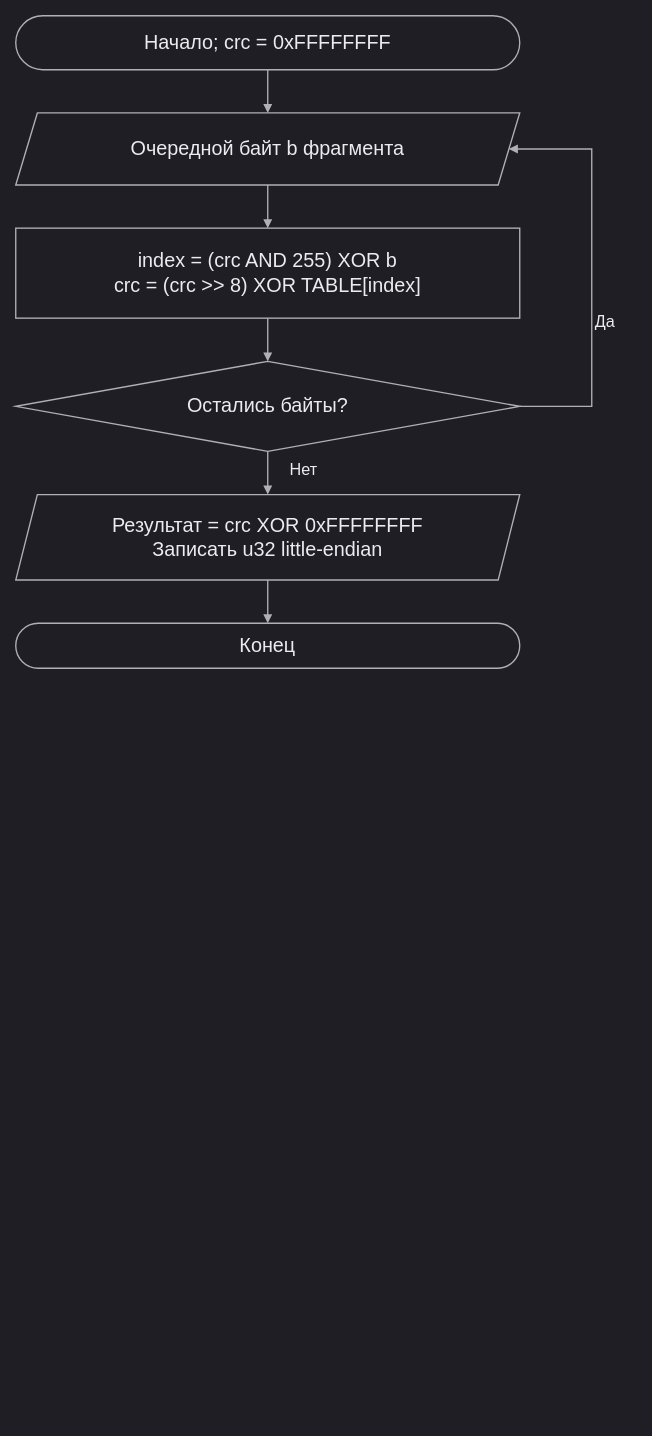
The draw.io diagram page "crc32-flow" (2 of 43) of docs/diagrams.drawio in SM1LEK/TEST, before the edit. Source tidied: cells renumbered, new cells numbered last; positions are measured from the earlier drawing's top-left corner, leaving out a move shared by most shapes. Both pictures are drawn from the tidied source at 90%, with x=0, y=0 at pixel (15, 15).
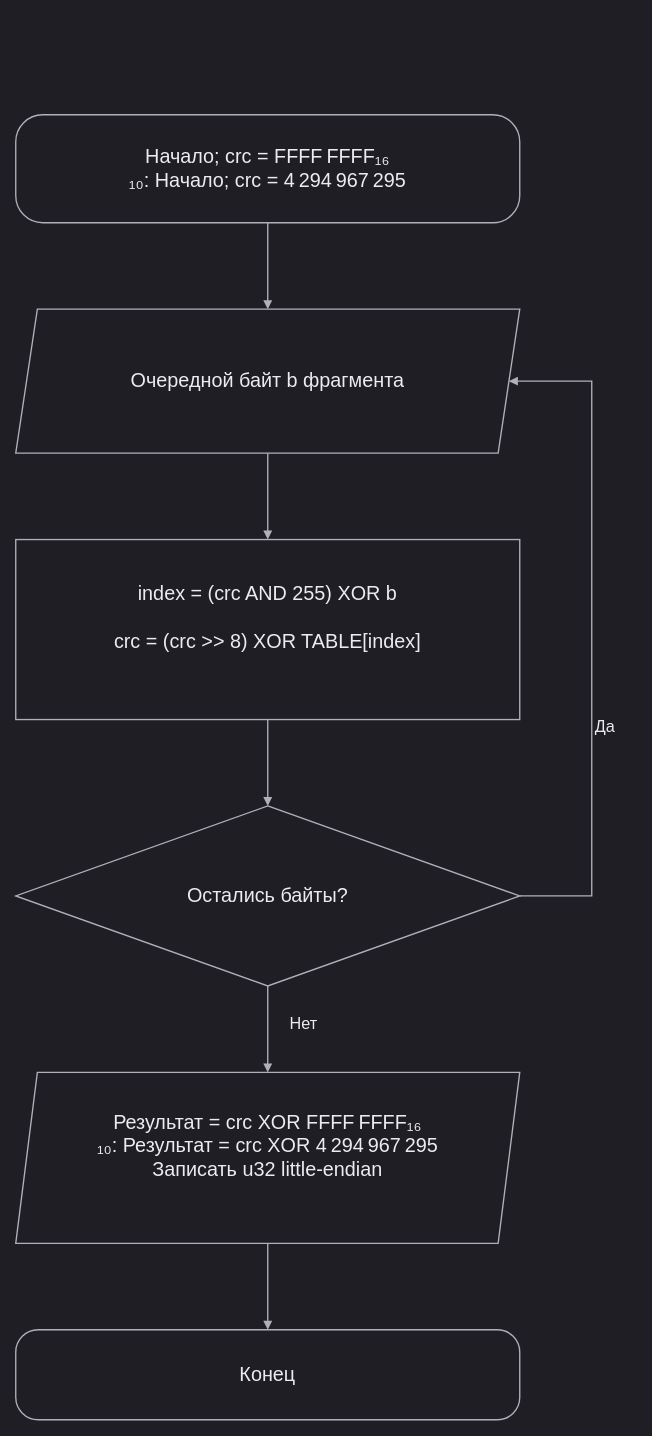
The same page after the edit.

The edit, as a diff of the source:
```diff
@@
 <mxGraphModel background="#1f1e24">
   <root>
     <mxCell id="0" />
     <mxCell id="1" parent="0" />
-    <mxCell id="2" value="Начало; crc = 0xFFFFFFFF" style="whiteSpace=wrap;html=0;fontFamily=Arial;fontSize=22;fontColor=#ececef;strokeColor=#b3afb9;fillColor=#1f1e24;strokeWidth=1.5;align=center;verticalAlign=middle;spacing=10;labelBackgroundColor=none;rounded=1;absoluteArcSize=1;arcSize=60;" parent="1" vertex="1">
-      <mxGeometry width="560" height="60" as="geometry" />
+    <mxCell id="2" value="Начало; crc = FFFF FFFF₁₆&#10;₁₀: Начало; crc = 4 294 967 295" style="whiteSpace=wrap;html=0;fontFamily=Arial;fontSize=22;fontColor=#ececef;strokeColor=#b3afb9;fillColor=#1f1e24;strokeWidth=1.5;align=center;verticalAlign=middle;spacing=10;labelBackgroundColor=none;rounded=1;absoluteArcSize=1;arcSize=60;" parent="1" vertex="1">
+      <mxGeometry y="110" width="560" height="120" as="geometry" />
     </mxCell>
     <mxCell id="3" value="Очередной байт b фрагмента" style="whiteSpace=wrap;html=0;fontFamily=Arial;fontSize=22;fontColor=#ececef;strokeColor=#b3afb9;fillColor=#1f1e24;strokeWidth=1.5;align=center;verticalAlign=middle;spacing=10;labelBackgroundColor=none;shape=parallelogram;perimeter=parallelogramPerimeter;fixedSize=1;size=24;" parent="1" vertex="1">
-      <mxGeometry y="108" width="560" height="80" as="geometry" />
+      <mxGeometry y="326" width="560" height="160" as="geometry" />
     </mxCell>
     <mxCell id="4" style="edgeStyle=none;rounded=0;html=0;strokeColor=#b3afb9;strokeWidth=1.5;endArrow=block;endFill=1;exitX=0.5;exitY=1;entryX=0.5;entryY=0;exitPerimeter=1;entryPerimeter=1;dashed=0;" parent="1" edge="1" source="2" target="3">
       <mxGeometry relative="1" as="geometry" />
     </mxCell>
-    <mxCell id="5" value="index = (crc AND 255) XOR b&#10;crc = (crc &gt;&gt; 8) XOR TABLE[index]" style="whiteSpace=wrap;html=0;fontFamily=Arial;fontSize=22;fontColor=#ececef;strokeColor=#b3afb9;fillColor=#1f1e24;strokeWidth=1.5;align=center;verticalAlign=middle;spacing=10;labelBackgroundColor=none;rounded=0;" parent="1" vertex="1">
-      <mxGeometry y="236" width="560" height="100" as="geometry" />
+    <mxCell id="5" value="index = (crc AND 255) XOR b&#10;&#10;crc = (crc &gt;&gt; 8) XOR TABLE[index]&#10;" style="whiteSpace=wrap;html=0;fontFamily=Arial;fontSize=22;fontColor=#ececef;strokeColor=#b3afb9;fillColor=#1f1e24;strokeWidth=1.5;align=center;verticalAlign=middle;spacing=10;labelBackgroundColor=none;rounded=0;" parent="1" vertex="1">
+      <mxGeometry y="582" width="560" height="200" as="geometry" />
     </mxCell>
     <mxCell id="6" style="edgeStyle=none;rounded=0;html=0;strokeColor=#b3afb9;strokeWidth=1.5;endArrow=block;endFill=1;exitX=0.5;exitY=1;entryX=0.5;entryY=0;exitPerimeter=1;entryPerimeter=1;dashed=0;" parent="1" edge="1" source="3" target="5">
       <mxGeometry relative="1" as="geometry" />
     </mxCell>
     <mxCell id="7" value="Остались байты?" style="whiteSpace=wrap;html=0;fontFamily=Arial;fontSize=22;fontColor=#ececef;strokeColor=#b3afb9;fillColor=#1f1e24;strokeWidth=1.5;align=center;verticalAlign=middle;spacing=10;labelBackgroundColor=none;shape=rhombus;perimeter=rhombusPerimeter;" parent="1" vertex="1">
-      <mxGeometry y="384" width="560" height="100" as="geometry" />
+      <mxGeometry y="878" width="560" height="200" as="geometry" />
     </mxCell>
     <mxCell id="8" style="edgeStyle=none;rounded=0;html=0;strokeColor=#b3afb9;strokeWidth=1.5;endArrow=block;endFill=1;exitX=0.5;exitY=1;entryX=0.5;entryY=0;exitPerimeter=1;entryPerimeter=1;dashed=0;" parent="1" edge="1" source="5" target="7">
       <mxGeometry relative="1" as="geometry" />
     </mxCell>
-    <mxCell id="9" value="Результат = crc XOR 0xFFFFFFFF&#10;Записать u32 little-endian" style="whiteSpace=wrap;html=0;fontFamily=Arial;fontSize=22;fontColor=#ececef;strokeColor=#b3afb9;fillColor=#1f1e24;strokeWidth=1.5;align=center;verticalAlign=middle;spacing=10;labelBackgroundColor=none;shape=parallelogram;perimeter=parallelogramPerimeter;fixedSize=1;size=24;" parent="1" vertex="1">
-      <mxGeometry y="532" width="560" height="95" as="geometry" />
+    <mxCell id="9" value="Результат = crc XOR FFFF FFFF₁₆&#10;₁₀: Результат = crc XOR 4 294 967 295&#10;Записать u32 little-endian&#10;" style="whiteSpace=wrap;html=0;fontFamily=Arial;fontSize=22;fontColor=#ececef;strokeColor=#b3afb9;fillColor=#1f1e24;strokeWidth=1.5;align=center;verticalAlign=middle;spacing=10;labelBackgroundColor=none;shape=parallelogram;perimeter=parallelogramPerimeter;fixedSize=1;size=24;" parent="1" vertex="1">
+      <mxGeometry y="1174" width="560" height="190" as="geometry" />
     </mxCell>
     <mxCell id="10" style="edgeStyle=none;rounded=0;html=0;strokeColor=#b3afb9;strokeWidth=1.5;endArrow=block;endFill=1;exitX=0.5;exitY=1;entryX=0.5;entryY=0;exitPerimeter=1;entryPerimeter=1;dashed=0;" parent="1" edge="1" source="7" target="9">
       <mxGeometry relative="1" as="geometry" />
     </mxCell>
     <mxCell id="11" value="Конец" style="whiteSpace=wrap;html=0;fontFamily=Arial;fontSize=22;fontColor=#ececef;strokeColor=#b3afb9;fillColor=#1f1e24;strokeWidth=1.5;align=center;verticalAlign=middle;spacing=10;labelBackgroundColor=none;rounded=1;absoluteArcSize=1;arcSize=50;" parent="1" vertex="1">
-      <mxGeometry y="675" width="560" height="50" as="geometry" />
+      <mxGeometry y="1460" width="560" height="100" as="geometry" />
     </mxCell>
     <mxCell id="12" style="edgeStyle=none;rounded=0;html=0;strokeColor=#b3afb9;strokeWidth=1.5;endArrow=block;endFill=1;exitX=0.5;exitY=1;entryX=0.5;entryY=0;exitPerimeter=1;entryPerimeter=1;dashed=0;" parent="1" edge="1" source="9" target="11">
       <mxGeometry relative="1" as="geometry" />
     </mxCell>
     <mxCell id="13" style="edgeStyle=none;rounded=0;html=0;strokeColor=#b3afb9;strokeWidth=1.5;endArrow=block;endFill=1;exitX=1;exitY=0.5;entryX=1;entryY=0.5;exitPerimeter=1;entryPerimeter=1;dashed=0;" parent="1" edge="1" source="7" target="3">
       <mxGeometry relative="1" as="geometry">
         <Array as="points">
-          <mxPoint x="640" y="434" />
-          <mxPoint x="640" y="148" />
+          <mxPoint x="640" y="978" />
+          <mxPoint x="640" y="406" />
         </Array>
       </mxGeometry>
     </mxCell>
     <mxCell id="14" value="Да" style="text;whiteSpace=wrap;html=0;fontFamily=Arial;fontSize=18;fontColor=#ececef;strokeColor=#b3afb9;fillColor=#1f1e24;strokeWidth=1.5;align=center;verticalAlign=middle;spacing=10;labelBackgroundColor=none;strokeColor=none;fillColor=none;" parent="1" vertex="1">
-      <mxGeometry x="621" y="326" width="68" height="28" as="geometry" />
+      <mxGeometry x="621" y="762" width="68" height="56" as="geometry" />
     </mxCell>
     <mxCell id="15" value="Нет" style="text;whiteSpace=wrap;html=0;fontFamily=Arial;fontSize=18;fontColor=#ececef;strokeColor=#b3afb9;fillColor=#1f1e24;strokeWidth=1.5;align=center;verticalAlign=middle;spacing=10;labelBackgroundColor=none;strokeColor=none;fillColor=none;" parent="1" vertex="1">
-      <mxGeometry x="290" y="491" width="60" height="28" as="geometry" />
+      <mxGeometry x="290" y="1092" width="60" height="56" as="geometry" />
     </mxCell>
   </root>
 </mxGraphModel>
```
